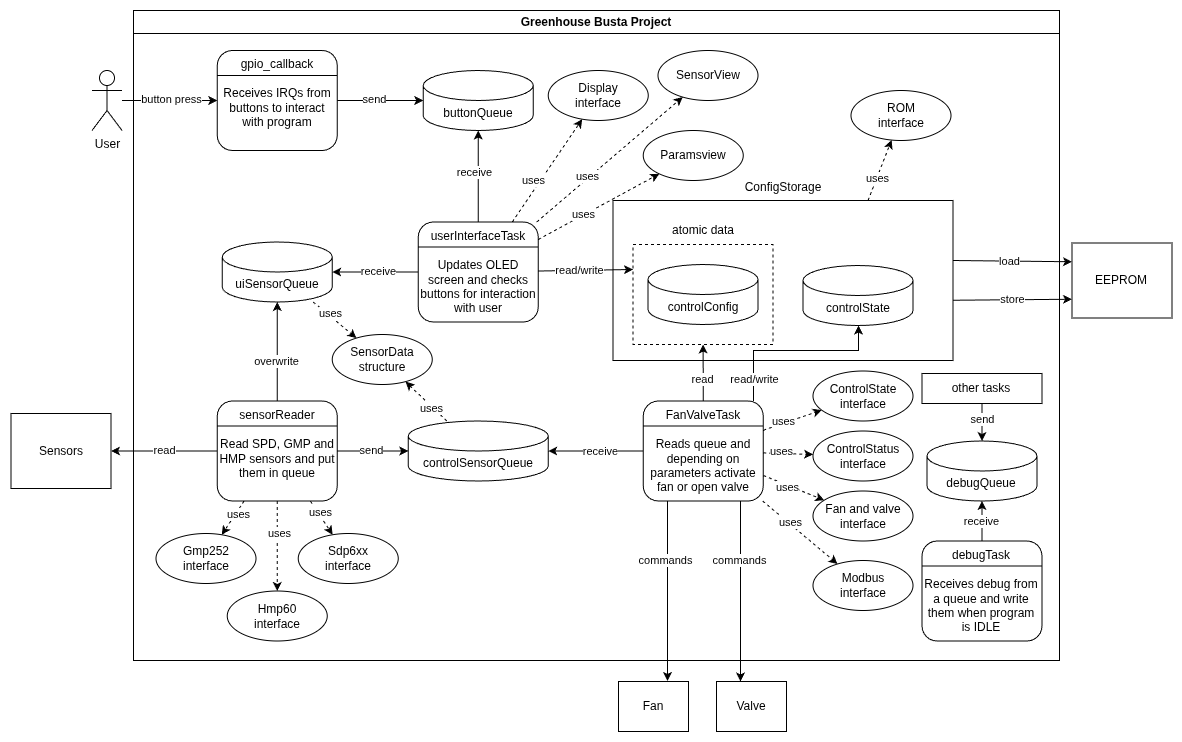
The draw.io diagram doc/images/system_diagram.png in BurningStratus/greenhouse-busta, before a commit. Source tidied: cells renumbered, new cells last; positions are measured from the earlier drawing's top-left corner, leaving out a move shared by most shapes.
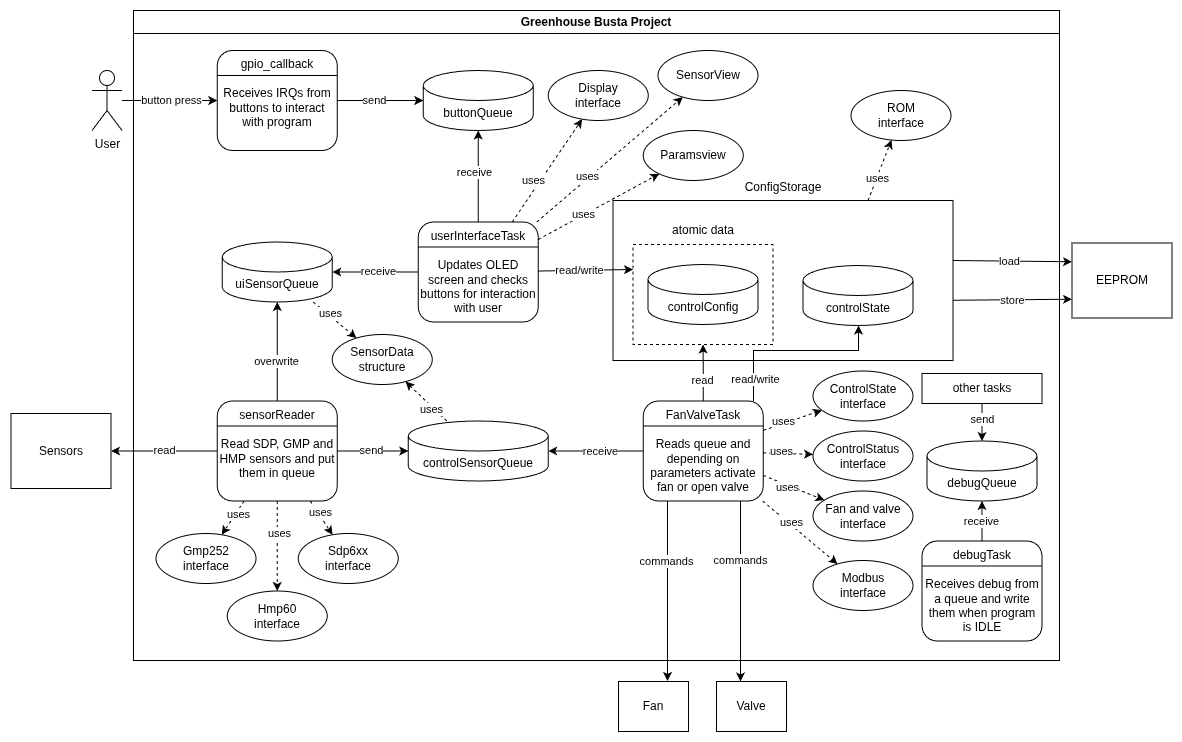
Later version of the same file.

Commit message:
Fixed mistake in naming SDP

The edit, as a diff of the source:
```diff
@@ -34,7 +34,7 @@
     <mxCell id="11" style="endArrow=none;html=1;rounded=0;exitX=0;exitY=0.25;exitDx=0;exitDy=0;entryX=1;entryY=0.25;entryDx=0;entryDy=0;" parent="2" edge="1" source="10" target="10">
       <mxGeometry relative="1" as="geometry" />
     </mxCell>
-    <mxCell id="12" value="&lt;div&gt;sensorReader&lt;/div&gt;&lt;div&gt;&lt;br&gt;&lt;/div&gt;&lt;div&gt;Read SPD, GMP and HMP sensors and put them in queue&lt;/div&gt;&lt;div&gt;&lt;br&gt;&lt;/div&gt;" style="rounded=1;whiteSpace=wrap;html=1;" parent="2" vertex="1">
+    <mxCell id="12" value="&lt;div&gt;sensorReader&lt;/div&gt;&lt;div&gt;&lt;br&gt;&lt;/div&gt;&lt;div&gt;Read SDP, GMP and HMP sensors and put them in queue&lt;/div&gt;&lt;div&gt;&lt;br&gt;&lt;/div&gt;" style="rounded=1;whiteSpace=wrap;html=1;" parent="2" vertex="1">
       <mxGeometry x="83.8" y="390.5" width="120" height="100" as="geometry" />
     </mxCell>
     <mxCell id="13" style="endArrow=none;html=1;rounded=0;exitX=0;exitY=0.25;exitDx=0;exitDy=0;entryX=1;entryY=0.25;entryDx=0;entryDy=0;" parent="2" edge="1" source="12" target="12">
```
